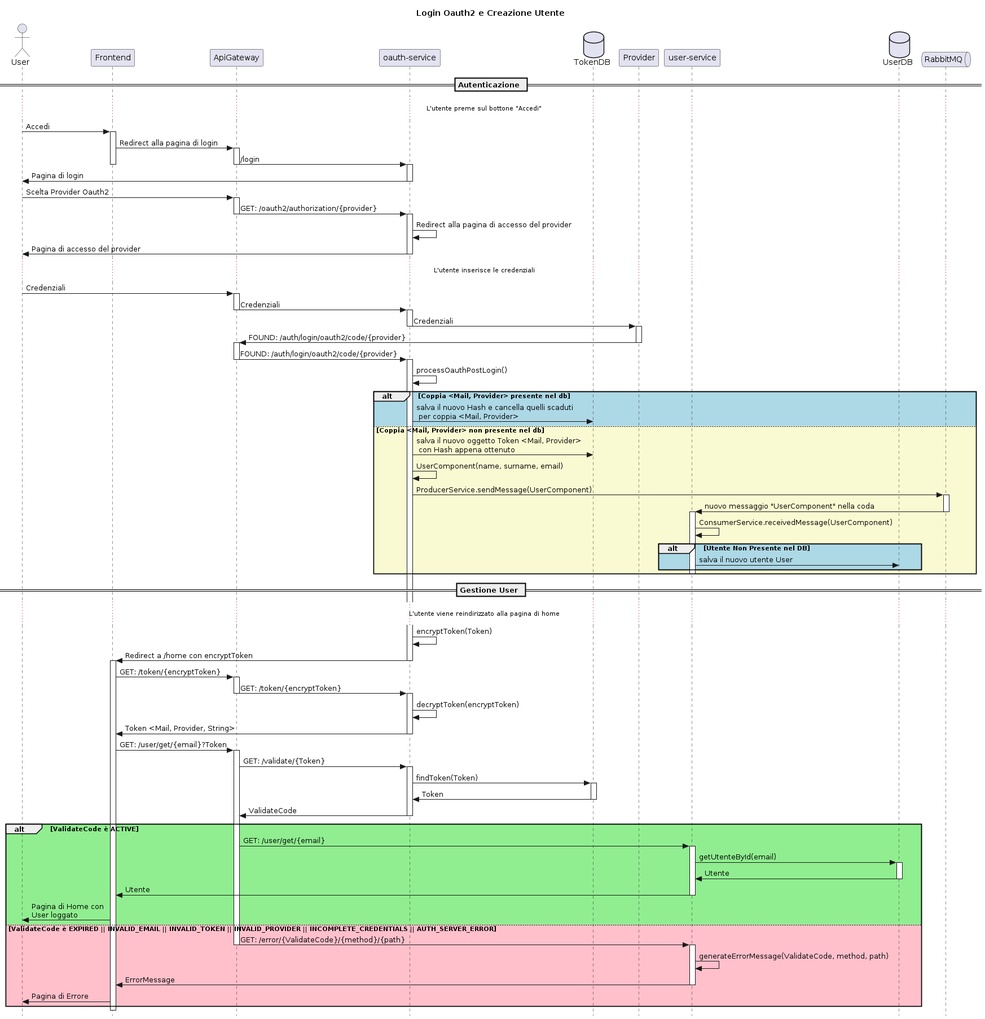
This is documentation/sequenceDiagram/loginOauth2.png from LorenzoSciandra/CivicLife, a PlantUML export, as it was before one commit. Source of this version:
```plantuml
@startuml

skinparam style strictuml

title Login Oauth2 e Creazione Utente

actor User
participant Frontend
participant ApiGateway as api
participant "oauth-service" as oauthS
database "TokenDB" as tokendb
participant Provider
participant "user-service" as userS
database "UserDB" as userdb
queue "RabbitMQ" as rabbitmq

== Autenticazione ==

... L'utente preme sul bottone "Accedi" ...
User -> Frontend: Accedi
activate Frontend
Frontend -> api: Redirect alla pagina di login
activate api
api -> oauthS: /login
deactivate api
deactivate Frontend
activate oauthS
oauthS -> User: Pagina di login
deactivate oauthS

User -> api: Scelta Provider Oauth2
activate api
api -> oauthS: GET: /oauth2/authorization/{provider}
deactivate api

activate oauthS
oauthS -> oauthS: Redirect alla pagina di accesso del provider
oauthS -> User: Pagina di accesso del provider
deactivate oauthS

... L'utente inserisce le credenziali ...

User -> api: Credenziali
activate api
api -> oauthS: Credenziali
deactivate api
activate oauthS
oauthS -> Provider: Credenziali
deactivate oauthS
activate Provider
Provider -> api: FOUND: /auth/login/oauth2/code/{provider}
deactivate Provider
activate api
api -> oauthS: FOUND: /auth/login/oauth2/code/{provider}
deactivate api
activate oauthS
oauthS->oauthS: processOauthPostLogin()
alt #LightBlue Coppia <Mail, Provider> presente nel db
    oauthS-> tokendb: salva il nuovo Hash e cancella quelli scaduti\n per coppia <Mail, Provider>
else #LightGoldenRodYellow Coppia <Mail, Provider> non presente nel db
    oauthS-> tokendb: salva il nuovo oggetto Token <Mail, Provider> \n con Hash appena ottenuto
    oauthS -> oauthS: UserComponent(name, surname, email)
    oauthS-> rabbitmq: ProducerService.sendMessage(UserComponent)
    activate rabbitmq
    rabbitmq -> userS: nuovo messaggio "UserComponent" nella coda
    deactivate rabbitmq
    activate userS
    userS -> userS: ConsumerService.receivedMessage(UserComponent)

    alt #LightBlue Utente Non Presente nel DB
        userS->userdb: salva il nuovo utente User
    end

    deactivate userS
end

== Gestione User ==

... L'utente viene reindirizzato alla pagina di home ...

oauthS -> oauthS: encryptToken(Token)
oauthS -> Frontend: Redirect a /home con encryptToken
deactivate oauthS
activate Frontend
Frontend -> api: GET: /token/{encryptToken}
activate api
api -> oauthS: GET: /token/{encryptToken}
deactivate api
activate oauthS
oauthS -> oauthS: decryptToken(encryptToken)
oauthS -> Frontend: Token <Mail, Provider, String>
deactivate oauthS


Frontend -> api: GET: /user/get/{email}?Token
activate api
api -> oauthS: GET: /validate/{Token}
activate oauthS
oauthS -> tokendb: findToken(Token)
activate tokendb
tokendb -> oauthS: Token
deactivate tokendb
oauthS -> api: ValidateCode
deactivate oauthS

alt #LightGreen ValidateCode è ACTIVE
    api-> userS: GET: /user/get/{email}
    activate userS
    userS -> userdb: getUtenteById(email)
    activate userdb
    userdb -> userS: Utente
    deactivate userdb
    userS -> Frontend: Utente
    deactivate userS
    Frontend -> User: Pagina di Home con \nUser loggato
else #Pink ValidateCode è EXPIRED || INVALID_EMAIL || INVALID_TOKEN || INVALID_PROVIDER || INCOMPLETE_CREDENTIALS || AUTH_SERVER_ERROR
    api -> userS: GET: /error/{ValidateCode}/{method}/{path}
    deactivate api
    activate userS
    userS -> userS: generateErrorMessage(ValidateCode, method, path)
    userS -> Frontend: ErrorMessage
    deactivate userS
    Frontend -> User: Pagina di Errore
end
deactivate Frontend

@enduml
```
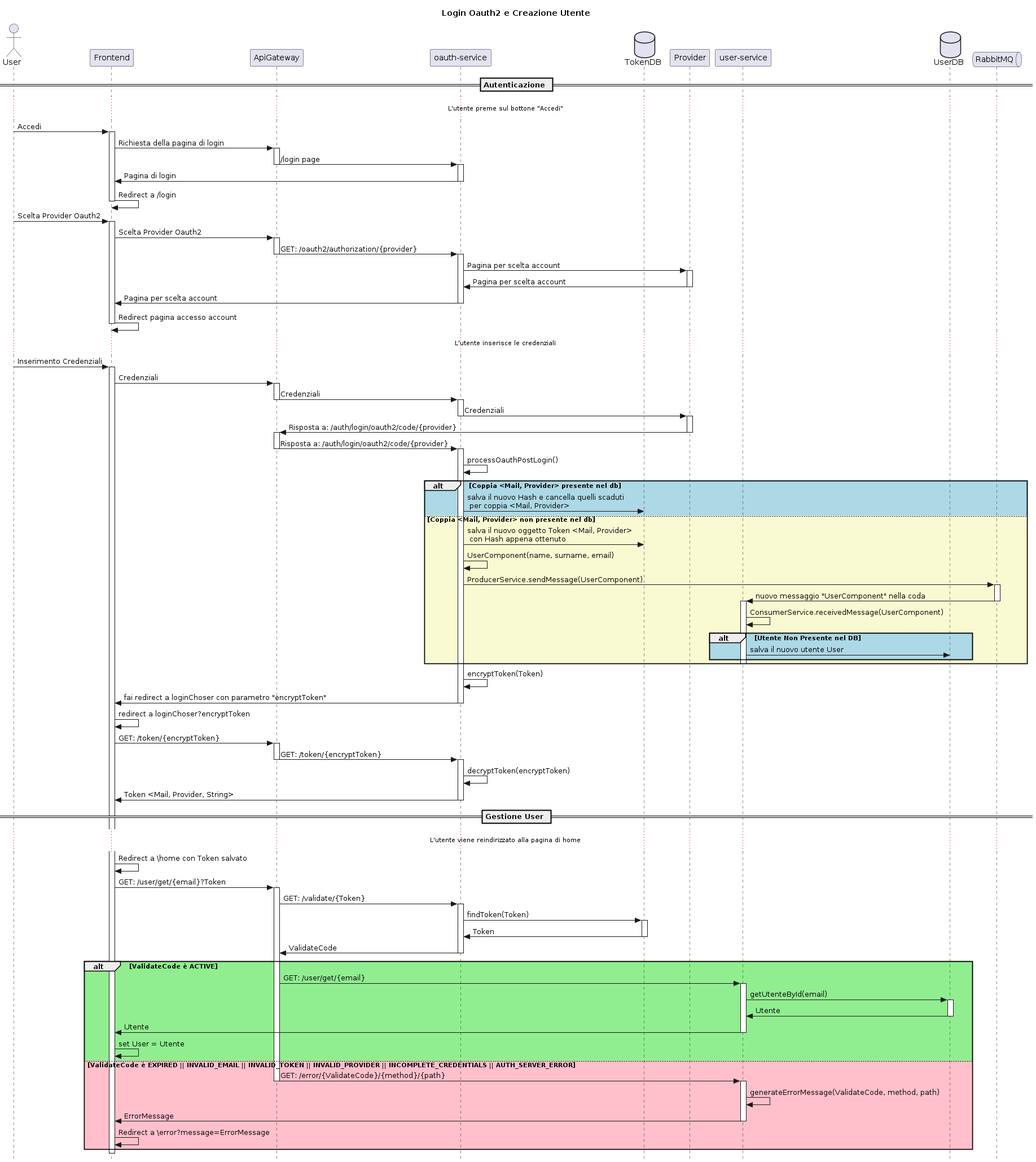
Above is the later version.

What changed in the source:
```diff
@@ -19,28 +19,38 @@
 ... L'utente preme sul bottone "Accedi" ...
 User -> Frontend: Accedi
 activate Frontend
-Frontend -> api: Redirect alla pagina di login
+Frontend -> api: Richiesta della pagina di login
 activate api
-api -> oauthS: /login
+api -> oauthS:  /login page
 deactivate api
+activate oauthS
+oauthS -> Frontend: Pagina di login
+deactivate oauthS
+Frontend -> Frontend: Redirect a /login
 deactivate Frontend
-activate oauthS
-oauthS -> User: Pagina di login
-deactivate oauthS
 
-User -> api: Scelta Provider Oauth2
+
+User->Frontend: Scelta Provider Oauth2
+activate Frontend
+Frontend -> api: Scelta Provider Oauth2
 activate api
 api -> oauthS: GET: /oauth2/authorization/{provider}
 deactivate api
-
 activate oauthS
-oauthS -> oauthS: Redirect alla pagina di accesso del provider
-oauthS -> User: Pagina di accesso del provider
+oauthS -> Provider: Pagina per scelta account
+activate Provider
+Provider -> oauthS: Pagina per scelta account
+deactivate Provider
+oauthS -> Frontend: Pagina per scelta account
 deactivate oauthS
+Frontend -> Frontend: Redirect pagina accesso account
+deactivate Frontend
 
 ... L'utente inserisce le credenziali ...
 
-User -> api: Credenziali
+User -> Frontend: Inserimento Credenziali
+activate Frontend
+Frontend -> api: Credenziali
 activate api
 api -> oauthS: Credenziali
 deactivate api
@@ -48,10 +58,10 @@
 oauthS -> Provider: Credenziali
 deactivate oauthS
 activate Provider
-Provider -> api: FOUND: /auth/login/oauth2/code/{provider}
+Provider -> api: Risposta a: /auth/login/oauth2/code/{provider}
 deactivate Provider
 activate api
-api -> oauthS: FOUND: /auth/login/oauth2/code/{provider}
+api -> oauthS: Risposta a: /auth/login/oauth2/code/{provider}
 deactivate api
 activate oauthS
 oauthS->oauthS: processOauthPostLogin()
@@ -74,14 +84,12 @@
     deactivate userS
 end
 
-== Gestione User ==
+oauthS -> oauthS: encryptToken(Token)
+oauthS -> Frontend: fai redirect a loginChoser con parametro "encryptToken"
+deactivate oauthS
+Frontend -> Frontend: redirect a loginChoser?encryptToken
 
-... L'utente viene reindirizzato alla pagina di home ...
 
-oauthS -> oauthS: encryptToken(Token)
-oauthS -> Frontend: Redirect a /home con encryptToken
-deactivate oauthS
-activate Frontend
 Frontend -> api: GET: /token/{encryptToken}
 activate api
 api -> oauthS: GET: /token/{encryptToken}
@@ -91,6 +99,12 @@
 oauthS -> Frontend: Token <Mail, Provider, String>
 deactivate oauthS
 
+
+== Gestione User ==
+
+... L'utente viene reindirizzato alla pagina di home ...
+
+Frontend -> Frontend: Redirect a \home con Token salvato
 
 Frontend -> api: GET: /user/get/{email}?Token
 activate api
@@ -112,7 +126,8 @@
     deactivate userdb
     userS -> Frontend: Utente
     deactivate userS
-    Frontend -> User: Pagina di Home con \nUser loggato
+    Frontend -> Frontend: set User = Utente
+
 else #Pink ValidateCode è EXPIRED || INVALID_EMAIL || INVALID_TOKEN || INVALID_PROVIDER || INCOMPLETE_CREDENTIALS || AUTH_SERVER_ERROR
     api -> userS: GET: /error/{ValidateCode}/{method}/{path}
     deactivate api
@@ -120,7 +135,8 @@
     userS -> userS: generateErrorMessage(ValidateCode, method, path)
     userS -> Frontend: ErrorMessage
     deactivate userS
-    Frontend -> User: Pagina di Errore
+    Frontend -> Frontend: Redirect a \error?message=ErrorMessage
+
 end
 deactivate Frontend
 
```
